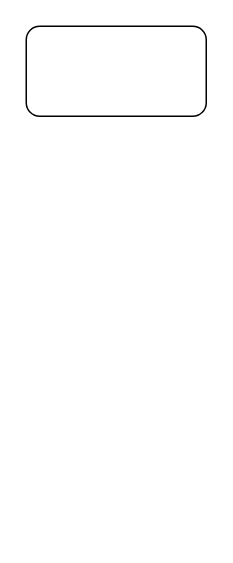
Earlier version of the draw.io diagram 点云标签.drawio (wangyufei0807/draw). Source tidied: cells renumbered, new cells numbered last; positions are measured from the earlier drawing's top-left corner, leaving out a move shared by most shapes. Both pictures are drawn from the tidied source at 150%, with x=0, y=0 at pixel (26, 26).
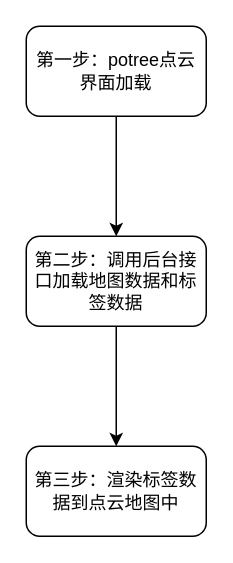
After the change.

Commit message (it also covers changes not shown here):
更新点云标签.drawio

Change to the diagram source:
```diff
@@
 <mxGraphModel>
   <root>
     <mxCell id="0" />
     <mxCell id="1" parent="0" />
+    <mxCell id="3" style="edgeStyle=orthogonalEdgeStyle;rounded=0;jettySize=auto;html=1;" parent="1" edge="1" source="2" target="5">
+      <mxGeometry relative="1" as="geometry" />
+    </mxCell>
-    <mxCell id="2" style="rounded=1;whiteSpace=wrap;html=1;" parent="1" vertex="1">
+    <mxCell id="2" value="第一步：potree点云界面加载" style="rounded=1;whiteSpace=wrap;html=1;" parent="1" vertex="1">
       <mxGeometry width="120" height="60" as="geometry" />
     </mxCell>
+    <mxCell id="4" style="edgeStyle=orthogonalEdgeStyle;rounded=0;jettySize=auto;html=1;" parent="1" edge="1" source="5" target="6">
+      <mxGeometry relative="1" as="geometry" />
+    </mxCell>
+    <mxCell id="5" value="第二步：调用后台接口加载地图数据和标签数据" style="whiteSpace=wrap;html=1;rounded=1;" parent="1" vertex="1">
+      <mxGeometry y="140" width="120" height="60" as="geometry" />
+    </mxCell>
+    <mxCell id="6" value="第三步：渲染标签数据到点云地图中" style="whiteSpace=wrap;html=1;rounded=1;" parent="1" vertex="1">
+      <mxGeometry y="280" width="120" height="60" as="geometry" />
+    </mxCell>
   </root>
 </mxGraphModel>
```
